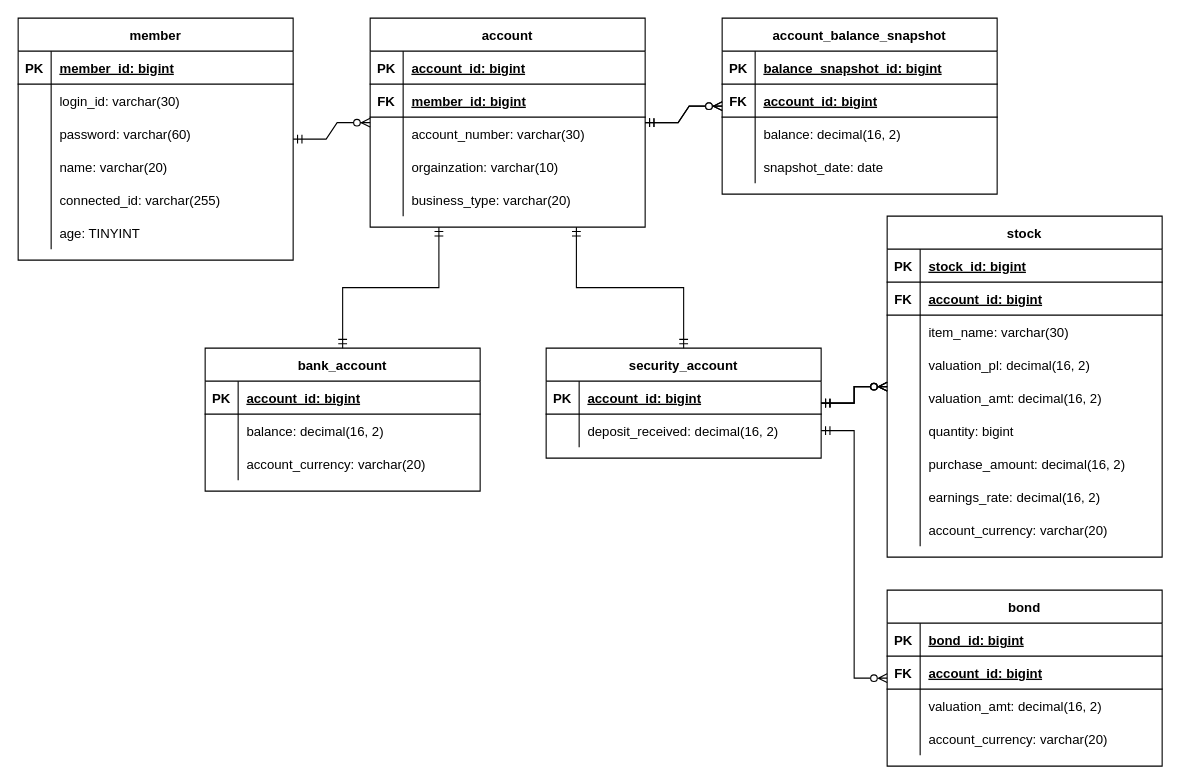
Before: ER다이어그램(자산관리앱).drawio in GunwooJo/AssetManagement, a draw.io diagram. Source tidied: cells renumbered, new cells numbered last; positions are measured from the earlier drawing's top-left corner, leaving out a move shared by most shapes. Both pictures are drawn from the tidied source at 110%, with x=0, y=0 at pixel (18, 18).
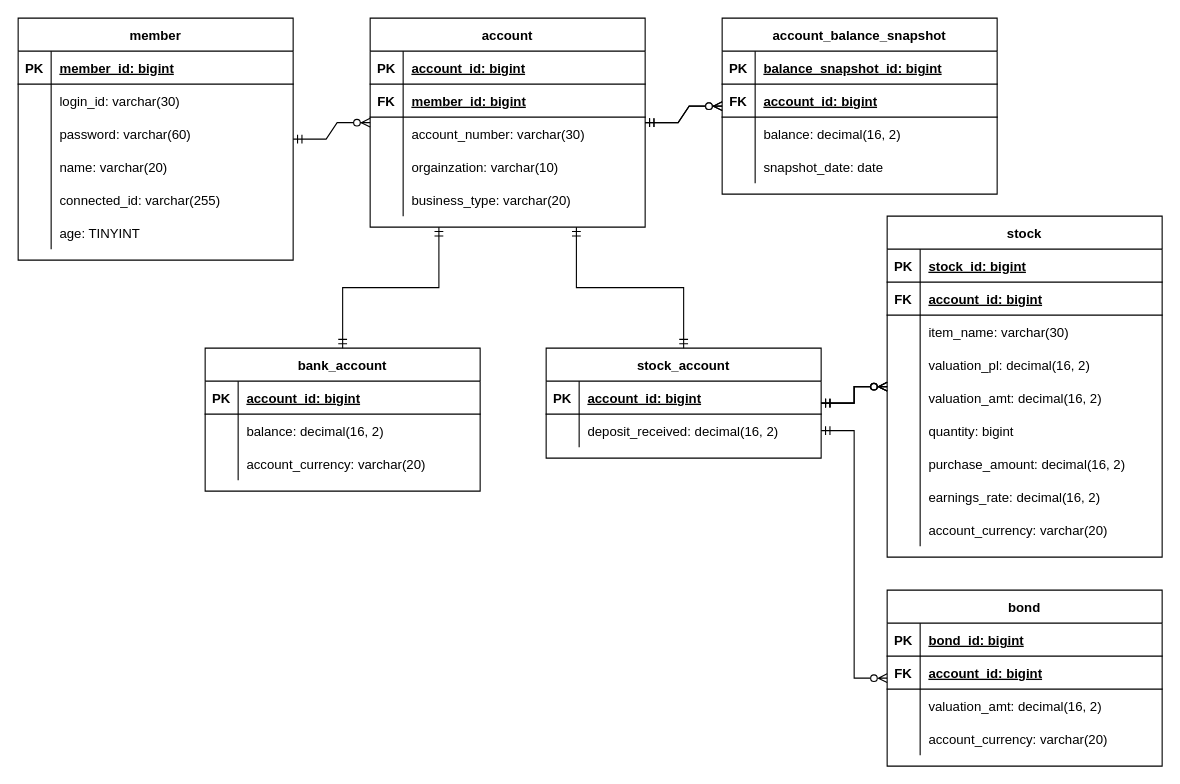
After the change.

Commit message:
테이블 이름 롤백(security_account -> stock_account)

What changed in the source:
```diff
@@
-    <mxCell id="64" value="security_account" style="shape=table;startSize=30;childLayout=tableLayout;rowLines=0;fontStyle=1;align=center;" parent="1" vertex="1">
+    <mxCell id="64" value="stock_account" style="shape=table;startSize=30;childLayout=tableLayout;rowLines=0;fontStyle=1;align=center;" parent="1" vertex="1">
       <mxGeometry x="480" y="300" width="250" height="100" as="geometry" />
     </mxCell>
```
